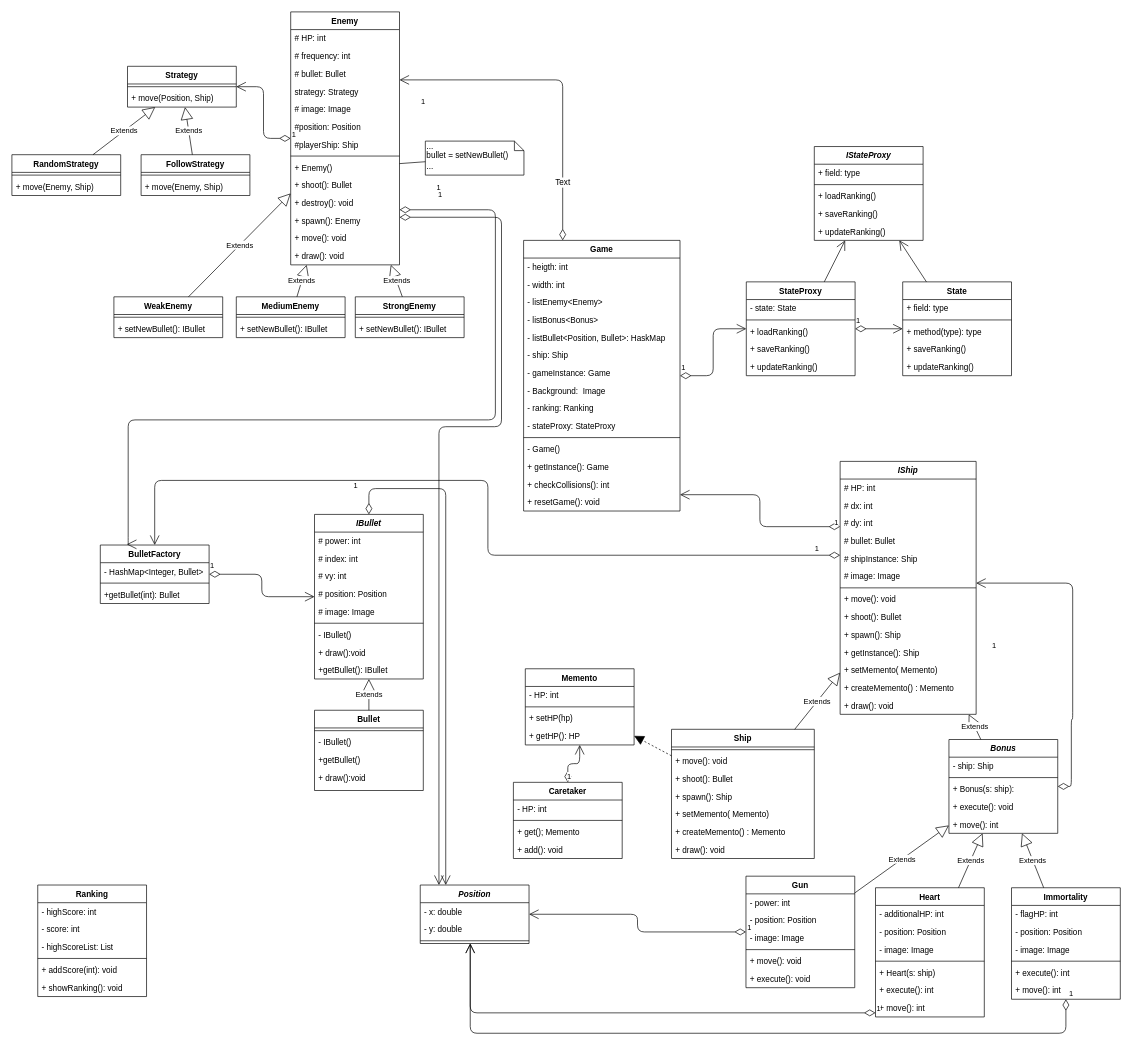
Above: page "Strona-3" (3 of 3) of ZTP - diagramy wzorców.drawio in MichalGawedzki/ZTP-statki (draw.io), before the change. Source tidied: cells renumbered, new cells numbered last; positions are measured from the earlier drawing's top-left corner, leaving out a move shared by most shapes. Both pictures are drawn from the tidied source at 68%, with x=0, y=0 at pixel (12, 12).
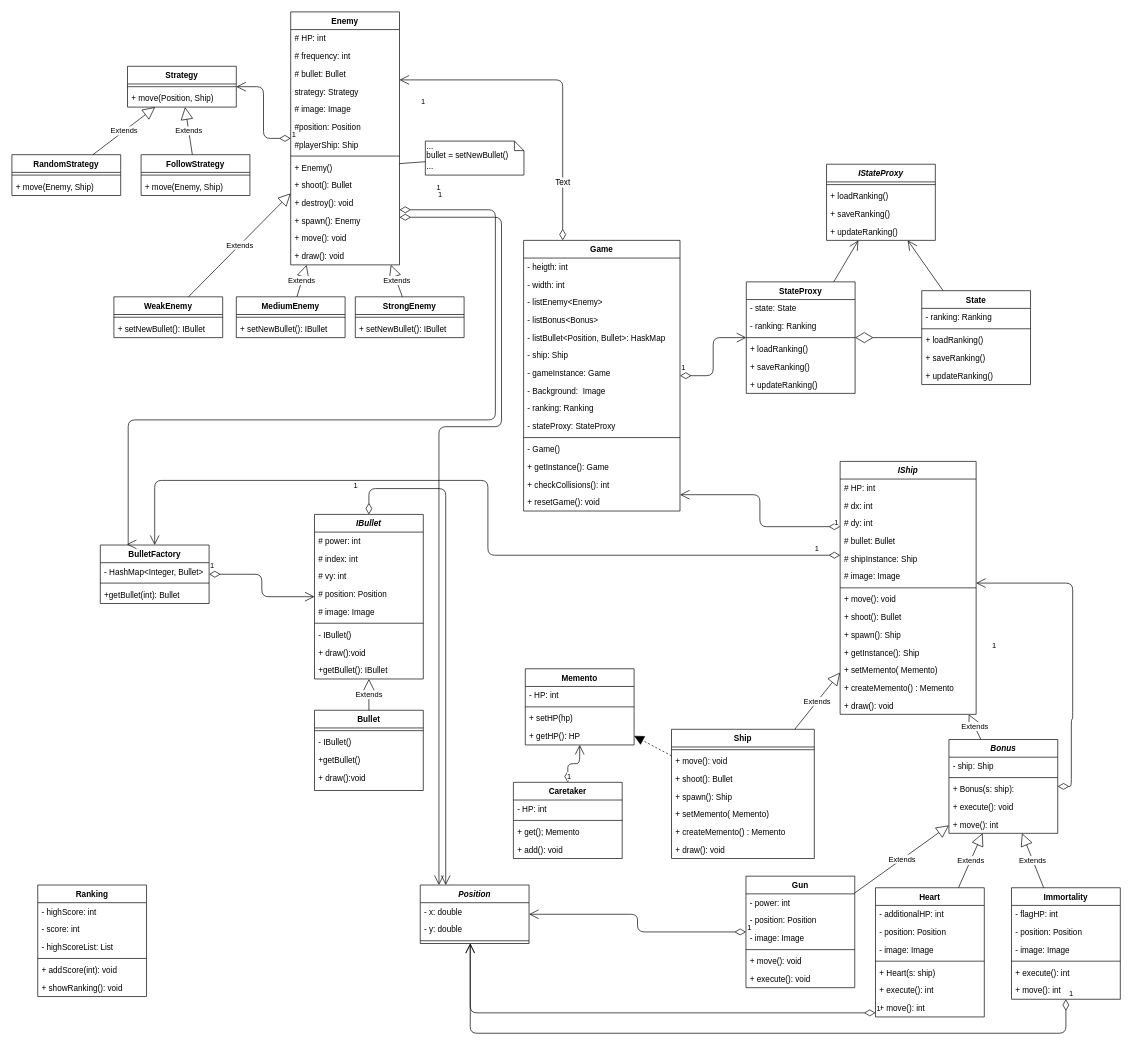
After the change.

Change to the diagram source:
```diff
@@
     <mxCell id="154" value="IStateProxy" style="swimlane;fontStyle=3;align=center;verticalAlign=top;horizontal=1;startSize=26;" parent="1" vertex="1">
-      <mxGeometry x="1180" y="198" width="160" height="138" as="geometry" />
+      <mxGeometry x="1198" y="224" width="160" height="112" as="geometry" />
     </mxCell>
-    <mxCell id="155" value="+ field: type" style="text;strokeColor=none;fillColor=none;align=left;verticalAlign=top;spacingLeft=4;spacingRight=4;overflow=hidden;" parent="154" vertex="1">
-      <mxGeometry y="26" width="160" height="26" as="geometry" />
-    </mxCell>
     <mxCell id="156" style="line;strokeWidth=1;fillColor=none;align=left;verticalAlign=middle;spacingTop=-1;spacingLeft=3;spacingRight=3;labelPosition=right;" parent="154" vertex="1">
-      <mxGeometry y="52" width="160" height="8" as="geometry" />
+      <mxGeometry y="26" width="160" height="8" as="geometry" />
     </mxCell>
     <mxCell id="157" value="+ loadRanking()" style="text;strokeColor=none;fillColor=none;align=left;verticalAlign=top;spacingLeft=4;spacingRight=4;overflow=hidden;" parent="154" vertex="1">
-      <mxGeometry y="60" width="160" height="26" as="geometry" />
+      <mxGeometry y="34" width="160" height="26" as="geometry" />
     </mxCell>
     <mxCell id="158" value="+ saveRanking()" style="text;strokeColor=none;fillColor=none;align=left;verticalAlign=top;spacingLeft=4;spacingRight=4;overflow=hidden;" parent="154" vertex="1">
-      <mxGeometry y="86" width="160" height="26" as="geometry" />
+      <mxGeometry y="60" width="160" height="26" as="geometry" />
     </mxCell>
     <mxCell id="159" value="+ updateRanking()" style="text;strokeColor=none;fillColor=none;align=left;verticalAlign=top;spacingLeft=4;spacingRight=4;overflow=hidden;" parent="154" vertex="1">
-      <mxGeometry y="112" width="160" height="26" as="geometry" />
+      <mxGeometry y="86" width="160" height="26" as="geometry" />
     </mxCell>
-    <mxCell id="160" value="State" style="swimlane;fontStyle=1;align=center;verticalAlign=top;horizontal=1;startSize=26;" parent="1" vertex="1">
-      <mxGeometry x="1310" y="397" width="160" height="138" as="geometry" />
-    </mxCell>
-    <mxCell id="161" value="+ field: type" style="text;strokeColor=none;fillColor=none;align=left;verticalAlign=top;spacingLeft=4;spacingRight=4;overflow=hidden;" parent="160" vertex="1">
-      <mxGeometry y="26" width="160" height="26" as="geometry" />
-    </mxCell>
-    <mxCell id="162" style="line;strokeWidth=1;fillColor=none;align=left;verticalAlign=middle;spacingTop=-1;spacingLeft=3;spacingRight=3;labelPosition=right;" parent="160" vertex="1">
-      <mxGeometry y="52" width="160" height="8" as="geometry" />
-    </mxCell>
-    <mxCell id="163" value="+ method(type): type" style="text;strokeColor=none;fillColor=none;align=left;verticalAlign=top;spacingLeft=4;spacingRight=4;overflow=hidden;" parent="160" vertex="1">
-      <mxGeometry y="60" width="160" height="26" as="geometry" />
-    </mxCell>
-    <mxCell id="164" value="+ saveRanking()" style="text;strokeColor=none;fillColor=none;align=left;verticalAlign=top;spacingLeft=4;spacingRight=4;overflow=hidden;" parent="160" vertex="1">
-      <mxGeometry y="86" width="160" height="26" as="geometry" />
-    </mxCell>
-    <mxCell id="165" value="+ updateRanking()" style="text;strokeColor=none;fillColor=none;align=left;verticalAlign=top;spacingLeft=4;spacingRight=4;overflow=hidden;" parent="160" vertex="1">
-      <mxGeometry y="112" width="160" height="26" as="geometry" />
-    </mxCell>
     <mxCell id="166" value="StateProxy" style="swimlane;fontStyle=1;align=center;verticalAlign=top;horizontal=1;startSize=26;" parent="1" vertex="1">
-      <mxGeometry x="1080" y="397" width="160" height="138" as="geometry" />
+      <mxGeometry x="1080" y="397" width="160" height="164" as="geometry" />
     </mxCell>
+    <mxCell id="192" value="- state: State" style="text;strokeColor=none;fillColor=none;align=left;verticalAlign=top;spacingLeft=4;spacingRight=4;overflow=hidden;" parent="166" vertex="1">
+      <mxGeometry y="26" width="160" height="26" as="geometry" />
+    </mxCell>
-    <mxCell id="167" value="- state: State" style="text;strokeColor=none;fillColor=none;align=left;verticalAlign=top;spacingLeft=4;spacingRight=4;overflow=hidden;" parent="166" vertex="1">
-      <mxGeometry y="26" width="160" height="26" as="geometry" />
+    <mxCell id="167" value="- ranking: Ranking" style="text;strokeColor=none;fillColor=none;align=left;verticalAlign=top;spacingLeft=4;spacingRight=4;overflow=hidden;" parent="166" vertex="1">
+      <mxGeometry y="52" width="160" height="26" as="geometry" />
     </mxCell>
     <mxCell id="168" style="line;strokeWidth=1;fillColor=none;align=left;verticalAlign=middle;spacingTop=-1;spacingLeft=3;spacingRight=3;labelPosition=right;" parent="166" vertex="1">
-      <mxGeometry y="52" width="160" height="8" as="geometry" />
+      <mxGeometry y="78" width="160" height="8" as="geometry" />
     </mxCell>
     <mxCell id="169" value="+ loadRanking()" style="text;strokeColor=none;fillColor=none;align=left;verticalAlign=top;spacingLeft=4;spacingRight=4;overflow=hidden;" parent="166" vertex="1">
-      <mxGeometry y="60" width="160" height="26" as="geometry" />
+      <mxGeometry y="86" width="160" height="26" as="geometry" />
     </mxCell>
     <mxCell id="170" value="+ saveRanking()" style="text;strokeColor=none;fillColor=none;align=left;verticalAlign=top;spacingLeft=4;spacingRight=4;overflow=hidden;" parent="166" vertex="1">
-      <mxGeometry y="86" width="160" height="26" as="geometry" />
+      <mxGeometry y="112" width="160" height="26" as="geometry" />
     </mxCell>
     <mxCell id="171" value="+ updateRanking()" style="text;strokeColor=none;fillColor=none;align=left;verticalAlign=top;spacingLeft=4;spacingRight=4;overflow=hidden;" parent="166" vertex="1">
-      <mxGeometry y="112" width="160" height="26" as="geometry" />
+      <mxGeometry y="138" width="160" height="26" as="geometry" />
     </mxCell>
-    <mxCell id="172" value="1" style="endArrow=open;html=1;endSize=12;startArrow=diamondThin;startSize=14;startFill=0;edgeStyle=orthogonalEdgeStyle;align=left;verticalAlign=bottom;" parent="1" edge="1" source="166" target="160">
-      <mxGeometry x="-1" y="3" relative="1" as="geometry" />
-    </mxCell>
@@
+    <mxCell id="160" value="State" style="swimlane;fontStyle=1;align=center;verticalAlign=top;horizontal=1;startSize=26;" parent="1" vertex="1">
+      <mxGeometry x="1338" y="410" width="160" height="138" as="geometry" />
+    </mxCell>
+    <mxCell id="193" value="- ranking: Ranking" style="text;strokeColor=none;fillColor=none;align=left;verticalAlign=top;spacingLeft=4;spacingRight=4;overflow=hidden;" parent="160" vertex="1">
+      <mxGeometry y="26" width="160" height="26" as="geometry" />
+    </mxCell>
+    <mxCell id="162" style="line;strokeWidth=1;fillColor=none;align=left;verticalAlign=middle;spacingTop=-1;spacingLeft=3;spacingRight=3;labelPosition=right;" parent="160" vertex="1">
+      <mxGeometry y="52" width="160" height="8" as="geometry" />
+    </mxCell>
+    <mxCell id="194" value="+ loadRanking()" style="text;strokeColor=none;fillColor=none;align=left;verticalAlign=top;spacingLeft=4;spacingRight=4;overflow=hidden;" parent="160" vertex="1">
+      <mxGeometry y="60" width="160" height="26" as="geometry" />
+    </mxCell>
+    <mxCell id="164" value="+ saveRanking()" style="text;strokeColor=none;fillColor=none;align=left;verticalAlign=top;spacingLeft=4;spacingRight=4;overflow=hidden;" parent="160" vertex="1">
+      <mxGeometry y="86" width="160" height="26" as="geometry" />
+    </mxCell>
+    <mxCell id="165" value="+ updateRanking()" style="text;strokeColor=none;fillColor=none;align=left;verticalAlign=top;spacingLeft=4;spacingRight=4;overflow=hidden;" parent="160" vertex="1">
+      <mxGeometry y="112" width="160" height="26" as="geometry" />
+    </mxCell>
+    <mxCell id="195" style="endArrow=diamondThin;endFill=0;endSize=24;html=1;" parent="1" edge="1" source="160" target="166">
+      <mxGeometry relative="1" as="geometry" />
+    </mxCell>
```
